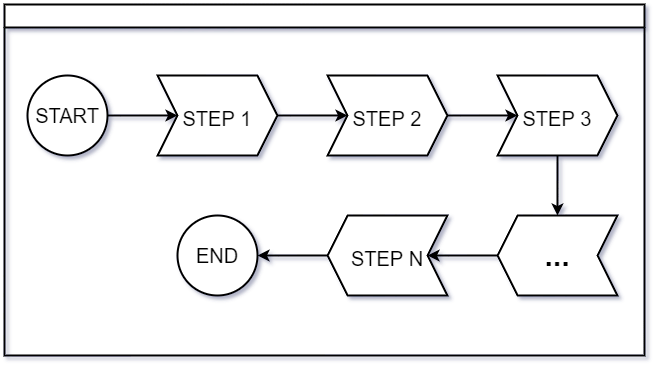
Crissky/TCC-21 keeps this draw.io diagram as imagens/steps-flow.png. Above is the earlier version. Source tidied: cells renumbered, new cells last; positions are measured from the earlier drawing's top-left corner, leaving out a move shared by most shapes.
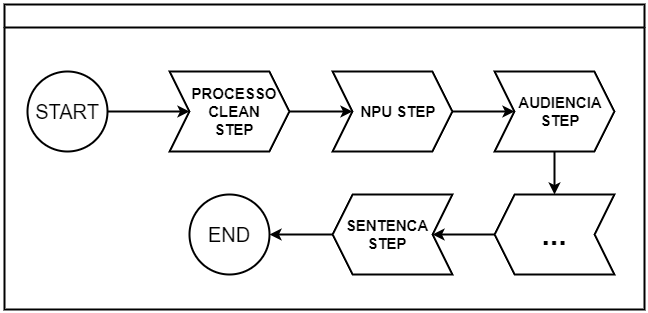
The same file after the commit.

What changed in the source:
```diff
@@ -3,46 +3,46 @@
     <mxCell id="0" />
     <mxCell id="1" parent="0" />
     <mxCell id="2" style="swimlane;fontSize=20;strokeWidth=2;" parent="1" vertex="1">
-      <mxGeometry width="640" height="351" as="geometry" />
+      <mxGeometry width="640" height="305" as="geometry" />
     </mxCell>
-    <mxCell id="3" value="&lt;font&gt;&lt;font style=&quot;font-size: 30px&quot;&gt;&lt;b&gt;...&lt;/b&gt;&lt;/font&gt;&lt;br&gt;&lt;/font&gt;" style="shape=step;perimeter=stepPerimeter;whiteSpace=wrap;html=1;fixedSize=1;fontSize=30;strokeWidth=2;rounded=0;shadow=0;sketch=0;flipH=1;" parent="2" vertex="1">
-      <mxGeometry x="493" y="211" width="120" height="80" as="geometry" />
+    <mxCell id="3" value="&lt;font&gt;&lt;font style=&quot;font-size: 30px&quot;&gt;&lt;b&gt;...&lt;/b&gt;&lt;/font&gt;&lt;br&gt;&lt;/font&gt;" style="shape=step;perimeter=stepPerimeter;whiteSpace=wrap;html=1;fixedSize=1;fontSize=30;strokeWidth=2;rounded=0;shadow=0;sketch=0;flipH=1;spacing=0;" parent="2" vertex="1">
+      <mxGeometry x="490" y="190" width="120" height="80" as="geometry" />
     </mxCell>
     <mxCell id="4" value="END" style="ellipse;whiteSpace=wrap;html=1;fontSize=20;strokeWidth=2;" parent="2" vertex="1">
-      <mxGeometry x="173" y="211" width="80" height="80" as="geometry" />
+      <mxGeometry x="185" y="190" width="80" height="80" as="geometry" />
     </mxCell>
-    <mxCell id="5" value="&lt;font style=&quot;font-size: 20px&quot;&gt;STEP 1&lt;/font&gt;" style="shape=step;perimeter=stepPerimeter;whiteSpace=wrap;html=1;fixedSize=1;fontSize=30;strokeWidth=2;" parent="2" vertex="1">
-      <mxGeometry x="153" y="71" width="120" height="80" as="geometry" />
+    <mxCell id="5" value="&lt;b style=&quot;font-size: 15px&quot;&gt;PROCESSO&lt;br&gt;CLEAN&lt;br&gt;STEP&lt;/b&gt;" style="shape=step;perimeter=stepPerimeter;fixedSize=1;fontSize=10;strokeWidth=2;spacing=0;verticalAlign=middle;align=center;labelPosition=center;verticalLabelPosition=middle;labelBorderColor=none;whiteSpace=wrap;html=1;fontStyle=0;spacingLeft=10;" parent="2" vertex="1">
+      <mxGeometry x="165" y="67" width="120" height="80" as="geometry" />
     </mxCell>
+    <mxCell id="16" style="edgeStyle=orthogonalEdgeStyle;rounded=0;jettySize=auto;html=1;exitX=1;exitY=0.5;exitDx=0;exitDy=0;entryX=0;entryY=0.5;entryDx=0;entryDy=0;fontSize=16;strokeWidth=2;" parent="2" edge="1" source="6" target="18">
+      <mxGeometry relative="1" as="geometry" />
+    </mxCell>
-    <mxCell id="6" value="&lt;font style=&quot;font-size: 20px&quot;&gt;STEP 2&lt;br&gt;&lt;/font&gt;" style="shape=step;perimeter=stepPerimeter;whiteSpace=wrap;html=1;fixedSize=1;fontSize=30;strokeWidth=2;" parent="2" vertex="1">
-      <mxGeometry x="323" y="71" width="120" height="80" as="geometry" />
+    <mxCell id="6" value="&lt;font&gt;&lt;b&gt;&lt;font style=&quot;font-size: 15px&quot;&gt;NPU STEP&lt;/font&gt;&lt;/b&gt;&lt;br style=&quot;font-size: 10px&quot;&gt;&lt;/font&gt;" style="shape=step;perimeter=stepPerimeter;whiteSpace=wrap;html=1;fixedSize=1;fontSize=10;strokeWidth=2;spacingLeft=12;spacing=0;" parent="2" vertex="1">
+      <mxGeometry x="328" y="67" width="120" height="80" as="geometry" />
     </mxCell>
     <mxCell id="7" style="edgeStyle=orthogonalEdgeStyle;rounded=0;jettySize=auto;html=1;exitX=1;exitY=0.5;exitDx=0;exitDy=0;entryX=0;entryY=0.5;entryDx=0;entryDy=0;fontSize=30;strokeWidth=2;" parent="2" edge="1" source="5" target="6">
       <mxGeometry relative="1" as="geometry" />
     </mxCell>
-    <mxCell id="8" style="edgeStyle=orthogonalEdgeStyle;rounded=0;jettySize=auto;html=1;exitX=0.5;exitY=1;exitDx=0;exitDy=0;entryX=0.5;entryY=0;entryDx=0;entryDy=0;fontSize=30;strokeWidth=2;" parent="2" edge="1" source="9" target="3">
-      <mxGeometry relative="1" as="geometry" />
-    </mxCell>
-    <mxCell id="9" value="&lt;font style=&quot;font-size: 20px&quot;&gt;STEP 3&lt;br&gt;&lt;/font&gt;" style="shape=step;perimeter=stepPerimeter;whiteSpace=wrap;html=1;fixedSize=1;fontSize=30;strokeWidth=2;" parent="2" vertex="1">
-      <mxGeometry x="493" y="71" width="120" height="80" as="geometry" />
-    </mxCell>
-    <mxCell id="10" style="edgeStyle=orthogonalEdgeStyle;rounded=0;jettySize=auto;html=1;exitX=1;exitY=0.5;exitDx=0;exitDy=0;entryX=0;entryY=0.5;entryDx=0;entryDy=0;fontSize=30;strokeWidth=2;" parent="2" edge="1" source="6" target="9">
-      <mxGeometry relative="1" as="geometry" />
-    </mxCell>
     <mxCell id="11" style="edgeStyle=orthogonalEdgeStyle;rounded=0;jettySize=auto;html=1;exitX=0;exitY=0.5;exitDx=0;exitDy=0;entryX=1;entryY=0.5;entryDx=0;entryDy=0;fontSize=30;strokeWidth=2;" parent="2" edge="1" source="12" target="4">
       <mxGeometry relative="1" as="geometry" />
     </mxCell>
-    <mxCell id="12" value="&lt;font style=&quot;font-size: 20px&quot;&gt;STEP N&lt;br&gt;&lt;/font&gt;" style="shape=step;perimeter=stepPerimeter;whiteSpace=wrap;html=1;fixedSize=1;fontSize=30;strokeWidth=2;flipH=1;" parent="2" vertex="1">
-      <mxGeometry x="323" y="211" width="120" height="80" as="geometry" />
+    <mxCell id="12" value="&lt;font style=&quot;font-size: 15px&quot;&gt;SENTENCA&lt;br style=&quot;font-size: 15px&quot;&gt;STEP&lt;br style=&quot;font-size: 15px&quot;&gt;&lt;/font&gt;" style="shape=step;perimeter=stepPerimeter;whiteSpace=wrap;html=1;fixedSize=1;fontSize=15;strokeWidth=2;flipH=1;spacing=0;spacingLeft=-10;fontStyle=1;" parent="2" vertex="1">
+      <mxGeometry x="328" y="190" width="120" height="80" as="geometry" />
     </mxCell>
     <mxCell id="13" style="edgeStyle=orthogonalEdgeStyle;rounded=0;jettySize=auto;html=1;exitX=0;exitY=0.5;exitDx=0;exitDy=0;entryX=1;entryY=0.5;entryDx=0;entryDy=0;fontSize=30;strokeWidth=2;" parent="2" edge="1" source="3" target="12">
       <mxGeometry relative="1" as="geometry" />
     </mxCell>
+    <mxCell id="15" value="START" style="ellipse;whiteSpace=wrap;html=1;fontSize=20;strokeWidth=2;" parent="2" vertex="1">
+      <mxGeometry x="23" y="67" width="80" height="80" as="geometry" />
+    </mxCell>
-    <mxCell id="14" style="edgeStyle=orthogonalEdgeStyle;rounded=0;jettySize=auto;html=1;exitX=1;exitY=0.5;exitDx=0;exitDy=0;entryX=0;entryY=0.5;entryDx=0;entryDy=0;fontSize=20;strokeWidth=2;" parent="1" edge="1" source="15" target="5">
+    <mxCell id="14" style="edgeStyle=orthogonalEdgeStyle;rounded=0;jettySize=auto;html=1;exitX=1;exitY=0.5;exitDx=0;exitDy=0;entryX=0;entryY=0.5;entryDx=0;entryDy=0;fontSize=20;strokeWidth=2;" parent="2" edge="1" source="15" target="5">
       <mxGeometry relative="1" as="geometry" />
     </mxCell>
-    <mxCell id="15" value="START" style="ellipse;whiteSpace=wrap;html=1;fontSize=20;strokeWidth=2;" parent="1" vertex="1">
-      <mxGeometry x="23" y="71" width="80" height="80" as="geometry" />
-    </mxCell>
+    <mxCell id="17" style="edgeStyle=orthogonalEdgeStyle;rounded=0;jettySize=auto;html=1;exitX=0.5;exitY=1;exitDx=0;exitDy=0;entryX=0.5;entryY=0;entryDx=0;entryDy=0;fontSize=15;strokeWidth=2;" parent="2" edge="1" source="18" target="3">
+      <mxGeometry relative="1" as="geometry" />
+    </mxCell>
+    <mxCell id="18" value="&lt;font&gt;&lt;b style=&quot;font-size: 15px&quot;&gt;&lt;font style=&quot;font-size: 15px&quot;&gt;AUDIENCIA&lt;br&gt;STEP&lt;/font&gt;&lt;/b&gt;&lt;br style=&quot;font-size: 10px&quot;&gt;&lt;/font&gt;" style="shape=step;perimeter=stepPerimeter;whiteSpace=wrap;html=1;fixedSize=1;fontSize=10;strokeWidth=2;spacingLeft=12;spacing=0;" parent="2" vertex="1">
+      <mxGeometry x="490" y="67" width="120" height="80" as="geometry" />
+    </mxCell>
   </root>
 </mxGraphModel>
```
